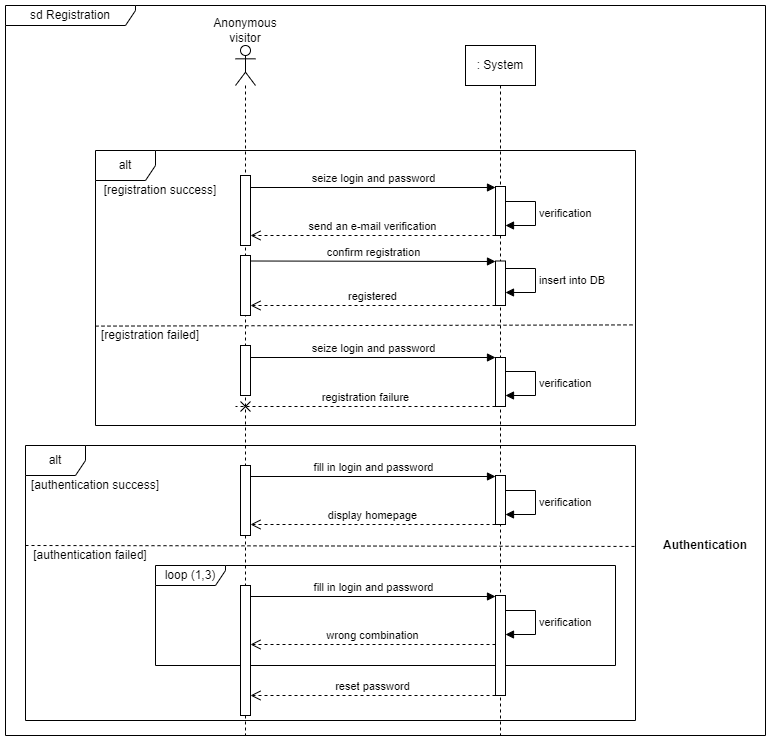
Above: UML_diagrams/Seq - registration.drawio.png in David-Renard/OC-projet5 (draw.io), before the change. Source tidied: cells renumbered, new cells last; positions are measured from the earlier drawing's top-left corner, leaving out a move shared by most shapes.
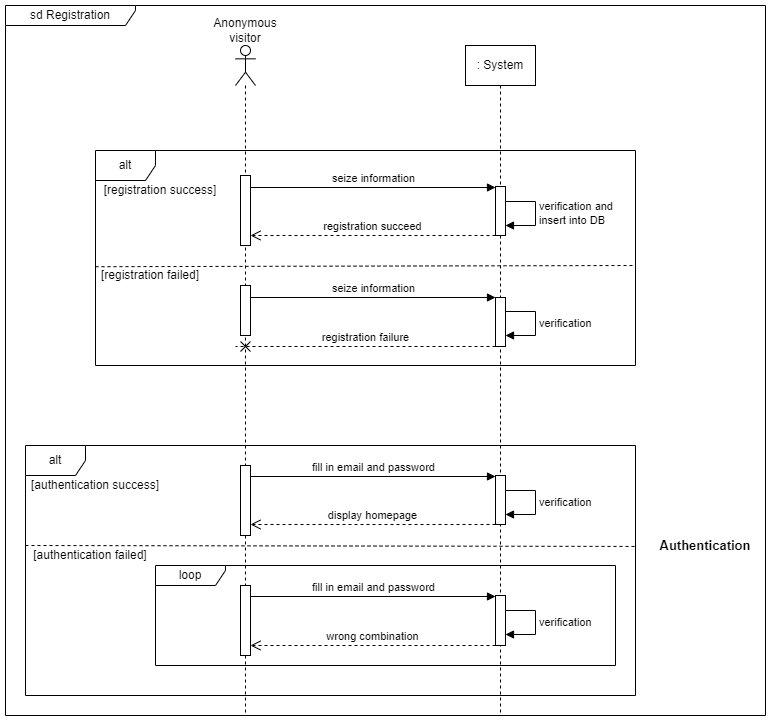
The same file after the commit.

The edit, as a diff of the source:
```diff
@@ -3,30 +3,30 @@
     <mxCell id="0" />
     <mxCell id="1" parent="0" />
     <mxCell id="2" value="sd Registration" style="shape=umlFrame;whiteSpace=wrap;html=1;width=130;height=20;" parent="1" vertex="1">
-      <mxGeometry width="760" height="730" as="geometry" />
+      <mxGeometry width="760" height="710" as="geometry" />
     </mxCell>
     <mxCell id="3" style="shape=umlLifeline;perimeter=lifelinePerimeter;whiteSpace=wrap;html=1;newEdgeStyle={&quot;edgeStyle&quot;:&quot;elbowEdgeStyle&quot;,&quot;elbow&quot;:&quot;vertical&quot;,&quot;curved&quot;:0,&quot;rounded&quot;:0};participant=umlActor;" parent="1" vertex="1">
-      <mxGeometry x="230" y="40" width="20" height="690" as="geometry" />
+      <mxGeometry x="230" y="40" width="20" height="670" as="geometry" />
     </mxCell>
     <mxCell id="4" style="html=1;points=[];perimeter=orthogonalPerimeter;outlineConnect=0;targetShapes=umlLifeline;portConstraint=eastwest;newEdgeStyle={&quot;edgeStyle&quot;:&quot;elbowEdgeStyle&quot;,&quot;elbow&quot;:&quot;vertical&quot;,&quot;curved&quot;:0,&quot;rounded&quot;:0};" parent="3" vertex="1">
       <mxGeometry x="5" y="130" width="10" height="70" as="geometry" />
     </mxCell>
     <mxCell id="5" style="html=1;points=[];perimeter=orthogonalPerimeter;outlineConnect=0;targetShapes=umlLifeline;portConstraint=eastwest;newEdgeStyle={&quot;edgeStyle&quot;:&quot;elbowEdgeStyle&quot;,&quot;elbow&quot;:&quot;vertical&quot;,&quot;curved&quot;:0,&quot;rounded&quot;:0};" parent="3" vertex="1">
-      <mxGeometry x="5" y="300" width="10" height="50" as="geometry" />
+      <mxGeometry x="5" y="240" width="10" height="50" as="geometry" />
     </mxCell>
-    <mxCell id="6" value="seize login and password" style="html=1;verticalAlign=bottom;endArrow=block;edgeStyle=elbowEdgeStyle;elbow=vertical;curved=0;rounded=0;" parent="3" edge="1" source="5">
+    <mxCell id="6" value="seize information" style="html=1;verticalAlign=bottom;endArrow=block;edgeStyle=elbowEdgeStyle;elbow=vertical;curved=0;rounded=0;" parent="3" edge="1" source="5">
       <mxGeometry relative="1" as="geometry">
-        <mxPoint x="260" y="312" as="targetPoint" />
+        <mxPoint x="260" y="252" as="targetPoint" />
       </mxGeometry>
     </mxCell>
     <mxCell id="7" value="verification" style="html=1;align=left;spacingLeft=2;endArrow=block;rounded=0;edgeStyle=orthogonalEdgeStyle;curved=0;rounded=0;" parent="3" edge="1">
       <mxGeometry relative="1" as="geometry">
-        <mxPoint x="270" y="326" as="sourcePoint" />
-        <mxPoint x="270" y="350" as="targetPoint" />
+        <mxPoint x="270" y="266" as="sourcePoint" />
+        <mxPoint x="270" y="290" as="targetPoint" />
         <Array as="points">
-          <mxPoint x="300" y="326" />
-          <mxPoint x="300" y="350" />
-          <mxPoint x="270" y="350" />
+          <mxPoint x="300" y="266" />
+          <mxPoint x="300" y="290" />
+          <mxPoint x="270" y="290" />
         </Array>
       </mxGeometry>
     </mxCell>
@@ -37,38 +37,38 @@
       <mxGeometry x="210" y="10" width="60" height="30" as="geometry" />
     </mxCell>
     <mxCell id="10" value=": System" style="shape=umlLifeline;perimeter=lifelinePerimeter;whiteSpace=wrap;html=1;newEdgeStyle={&quot;edgeStyle&quot;:&quot;elbowEdgeStyle&quot;,&quot;elbow&quot;:&quot;vertical&quot;,&quot;curved&quot;:0,&quot;rounded&quot;:0};size=40;" parent="1" vertex="1">
-      <mxGeometry x="460" y="40" width="70" height="690" as="geometry" />
+      <mxGeometry x="460" y="40" width="70" height="670" as="geometry" />
     </mxCell>
     <mxCell id="11" value="alt" style="shape=umlFrame;whiteSpace=wrap;html=1;" parent="1" vertex="1">
-      <mxGeometry x="90" y="145" width="540" height="275" as="geometry" />
+      <mxGeometry x="90" y="145" width="540" height="215" as="geometry" />
     </mxCell>
     <mxCell id="12" style="endArrow=none;dashed=1;html=1;rounded=0;exitX=0.002;exitY=0.537;exitDx=0;exitDy=0;exitPerimeter=0;entryX=1;entryY=0.533;entryDx=0;entryDy=0;entryPerimeter=0;" parent="1" edge="1">
       <mxGeometry relative="1" as="geometry">
-        <mxPoint x="90" y="320.6" as="sourcePoint" />
-        <mxPoint x="628.9" y="319.4" as="targetPoint" />
+        <mxPoint x="90" y="261.2" as="sourcePoint" />
+        <mxPoint x="628.9" y="260" as="targetPoint" />
       </mxGeometry>
     </mxCell>
     <mxCell id="13" value="[registration success]" style="text;html=1;strokeColor=none;fillColor=none;align=center;verticalAlign=middle;whiteSpace=wrap;rounded=0;" parent="1" vertex="1">
       <mxGeometry x="90" y="175" width="130" height="20" as="geometry" />
     </mxCell>
     <mxCell id="14" value="[registration failed]" style="text;html=1;strokeColor=none;fillColor=none;align=center;verticalAlign=middle;whiteSpace=wrap;rounded=0;" parent="1" vertex="1">
-      <mxGeometry x="90" y="320" width="110" height="20" as="geometry" />
+      <mxGeometry x="90" y="260" width="110" height="20" as="geometry" />
     </mxCell>
     <mxCell id="15" style="html=1;perimeter=orthogonalPerimeter;targetShapes=umlLifeline;newEdgeStyle={&quot;edgeStyle&quot;:&quot;elbowEdgeStyle&quot;,&quot;elbow&quot;:&quot;vertical&quot;,&quot;curved&quot;:0,&quot;rounded&quot;:0};" parent="1" vertex="1">
       <mxGeometry x="490" y="181" width="10" height="49" as="geometry" />
     </mxCell>
-    <mxCell id="16" value="seize login and password" style="html=1;verticalAlign=bottom;endArrow=block;edgeStyle=elbowEdgeStyle;elbow=vertical;curved=0;rounded=0;" parent="1" edge="1" source="4">
+    <mxCell id="16" value="seize information" style="html=1;verticalAlign=bottom;endArrow=block;edgeStyle=elbowEdgeStyle;elbow=vertical;curved=0;rounded=0;" parent="1" edge="1" source="4">
       <mxGeometry relative="1" as="geometry">
         <mxPoint x="490" y="182" as="targetPoint" />
       </mxGeometry>
     </mxCell>
-    <mxCell id="17" value="send an e-mail verification" style="html=1;verticalAlign=bottom;endArrow=open;dashed=1;endSize=8;edgeStyle=elbowEdgeStyle;elbow=vertical;curved=0;rounded=0;" parent="1" edge="1">
+    <mxCell id="17" value="registration succeed" style="html=1;verticalAlign=bottom;endArrow=open;dashed=1;endSize=8;edgeStyle=elbowEdgeStyle;elbow=vertical;curved=0;rounded=0;" parent="1" edge="1">
       <mxGeometry relative="1" as="geometry">
         <mxPoint x="490" y="230" as="sourcePoint" />
         <mxPoint x="245" y="230" as="targetPoint" />
       </mxGeometry>
     </mxCell>
-    <mxCell id="18" value="verification" style="html=1;align=left;spacingLeft=2;endArrow=block;rounded=0;edgeStyle=orthogonalEdgeStyle;curved=0;rounded=0;" parent="1" edge="1">
+    <mxCell id="18" value="verification and&lt;br&gt;insert into DB" style="html=1;align=left;spacingLeft=2;endArrow=block;rounded=0;edgeStyle=orthogonalEdgeStyle;curved=0;rounded=0;" parent="1" edge="1">
       <mxGeometry relative="1" as="geometry">
         <mxPoint x="500" y="196" as="sourcePoint" />
         <mxPoint x="500" y="220" as="targetPoint" />
@@ -79,46 +79,17 @@
         </Array>
       </mxGeometry>
     </mxCell>
-    <mxCell id="19" style="html=1;perimeter=orthogonalPerimeter;targetShapes=umlLifeline;newEdgeStyle={&quot;edgeStyle&quot;:&quot;elbowEdgeStyle&quot;,&quot;elbow&quot;:&quot;vertical&quot;,&quot;curved&quot;:0,&quot;rounded&quot;:0};" parent="1" vertex="1">
-      <mxGeometry x="235" y="250" width="10" height="60" as="geometry" />
-    </mxCell>
-    <mxCell id="20" style="html=1;perimeter=orthogonalPerimeter;targetShapes=umlLifeline;newEdgeStyle={&quot;edgeStyle&quot;:&quot;elbowEdgeStyle&quot;,&quot;elbow&quot;:&quot;vertical&quot;,&quot;curved&quot;:0,&quot;rounded&quot;:0};" parent="1" vertex="1">
-      <mxGeometry x="490" y="255.5" width="10" height="44.5" as="geometry" />
-    </mxCell>
-    <mxCell id="21" value="confirm registration" style="html=1;verticalAlign=bottom;endArrow=block;edgeStyle=elbowEdgeStyle;elbow=vertical;curved=0;rounded=0;" parent="1" edge="1">
-      <mxGeometry relative="1" as="geometry">
-        <mxPoint x="245" y="255.5" as="sourcePoint" />
-        <mxPoint x="490" y="255.5" as="targetPoint" />
-      </mxGeometry>
-    </mxCell>
-    <mxCell id="22" value="registered" style="html=1;verticalAlign=bottom;endArrow=open;dashed=1;endSize=8;edgeStyle=elbowEdgeStyle;elbow=vertical;curved=0;rounded=0;" parent="1" edge="1">
-      <mxGeometry relative="1" as="geometry">
-        <mxPoint x="490" y="300" as="sourcePoint" />
-        <mxPoint x="245" y="300" as="targetPoint" />
-      </mxGeometry>
-    </mxCell>
-    <mxCell id="23" value="insert into DB" style="html=1;align=left;spacingLeft=2;endArrow=block;rounded=0;edgeStyle=orthogonalEdgeStyle;curved=0;rounded=0;" parent="1" edge="1">
-      <mxGeometry relative="1" as="geometry">
-        <mxPoint x="500" y="263" as="sourcePoint" />
-        <mxPoint x="500" y="287" as="targetPoint" />
-        <Array as="points">
-          <mxPoint x="530" y="263" />
-          <mxPoint x="530" y="287" />
-          <mxPoint x="500" y="287" />
-        </Array>
-      </mxGeometry>
-    </mxCell>
     <mxCell id="24" style="html=1;perimeter=orthogonalPerimeter;targetShapes=umlLifeline;newEdgeStyle={&quot;edgeStyle&quot;:&quot;elbowEdgeStyle&quot;,&quot;elbow&quot;:&quot;vertical&quot;,&quot;curved&quot;:0,&quot;rounded&quot;:0};" parent="1" vertex="1">
-      <mxGeometry x="490" y="352" width="10" height="49" as="geometry" />
+      <mxGeometry x="490" y="292" width="10" height="49" as="geometry" />
     </mxCell>
     <mxCell id="25" value="registration failure" style="html=1;verticalAlign=bottom;endArrow=cross;dashed=1;endSize=8;edgeStyle=elbowEdgeStyle;elbow=vertical;curved=0;rounded=0;endFill=0;" parent="1" edge="1">
       <mxGeometry relative="1" as="geometry">
-        <mxPoint x="490" y="401" as="sourcePoint" />
-        <mxPoint x="230" y="401" as="targetPoint" />
+        <mxPoint x="490" y="341" as="sourcePoint" />
+        <mxPoint x="230" y="341" as="targetPoint" />
       </mxGeometry>
     </mxCell>
     <mxCell id="26" value="alt" style="shape=umlFrame;whiteSpace=wrap;html=1;" parent="1" vertex="1">
-      <mxGeometry x="20" y="440" width="610" height="275" as="geometry" />
+      <mxGeometry x="20" y="440" width="610" height="250" as="geometry" />
     </mxCell>
     <mxCell id="27" style="endArrow=none;dashed=1;html=1;rounded=0;entryX=1;entryY=0.533;entryDx=0;entryDy=0;entryPerimeter=0;exitX=0;exitY=0.542;exitDx=0;exitDy=0;exitPerimeter=0;" parent="1" edge="1">
       <mxGeometry relative="1" as="geometry">
@@ -132,13 +103,13 @@
     <mxCell id="29" value="[authentication success]" style="text;html=1;strokeColor=none;fillColor=none;align=center;verticalAlign=middle;whiteSpace=wrap;rounded=0;" parent="1" vertex="1">
       <mxGeometry x="20" y="470" width="140" height="20" as="geometry" />
     </mxCell>
-    <mxCell id="30" value="loop (1,3)" style="shape=umlFrame;whiteSpace=wrap;html=1;width=70;height=20;" parent="1" vertex="1">
+    <mxCell id="30" value="loop" style="shape=umlFrame;whiteSpace=wrap;html=1;width=70;height=20;" parent="1" vertex="1">
       <mxGeometry x="150" y="560" width="460" height="100" as="geometry" />
     </mxCell>
     <mxCell id="31" style="html=1;perimeter=orthogonalPerimeter;targetShapes=umlLifeline;newEdgeStyle={&quot;edgeStyle&quot;:&quot;elbowEdgeStyle&quot;,&quot;elbow&quot;:&quot;vertical&quot;,&quot;curved&quot;:0,&quot;rounded&quot;:0};" parent="1" vertex="1">
       <mxGeometry x="490" y="470" width="10" height="49" as="geometry" />
     </mxCell>
-    <mxCell id="32" value="fill in login and password" style="html=1;verticalAlign=bottom;endArrow=block;edgeStyle=elbowEdgeStyle;elbow=vertical;curved=0;rounded=0;" parent="1" edge="1">
+    <mxCell id="32" value="fill in email and password" style="html=1;verticalAlign=bottom;endArrow=block;edgeStyle=elbowEdgeStyle;elbow=vertical;curved=0;rounded=0;" parent="1" edge="1">
       <mxGeometry relative="1" as="geometry">
         <mxPoint x="245" y="471" as="sourcePoint" />
         <mxPoint x="490" y="471" as="targetPoint" />
@@ -162,20 +133,21 @@
       </mxGeometry>
     </mxCell>
     <mxCell id="35" style="html=1;points=[];perimeter=orthogonalPerimeter;outlineConnect=0;targetShapes=umlLifeline;portConstraint=eastwest;newEdgeStyle={&quot;edgeStyle&quot;:&quot;elbowEdgeStyle&quot;,&quot;elbow&quot;:&quot;vertical&quot;,&quot;curved&quot;:0,&quot;rounded&quot;:0};" parent="1" vertex="1">
-      <mxGeometry x="235" y="580" width="10" height="130" as="geometry" />
+      <mxGeometry x="235" y="580" width="10" height="70" as="geometry" />
     </mxCell>
     <mxCell id="36" style="html=1;perimeter=orthogonalPerimeter;targetShapes=umlLifeline;newEdgeStyle={&quot;edgeStyle&quot;:&quot;elbowEdgeStyle&quot;,&quot;elbow&quot;:&quot;vertical&quot;,&quot;curved&quot;:0,&quot;rounded&quot;:0};" parent="1" vertex="1">
-      <mxGeometry x="490" y="590" width="10" height="100" as="geometry" />
+      <mxGeometry x="490" y="590" width="10" height="50" as="geometry" />
     </mxCell>
-    <mxCell id="37" value="fill in login and password" style="html=1;verticalAlign=bottom;endArrow=block;edgeStyle=elbowEdgeStyle;elbow=vertical;curved=0;rounded=0;" parent="1" edge="1">
+    <mxCell id="37" value="fill in email and password" style="html=1;verticalAlign=bottom;endArrow=block;edgeStyle=elbowEdgeStyle;elbow=vertical;curved=0;rounded=0;" parent="1" edge="1">
       <mxGeometry relative="1" as="geometry">
         <mxPoint x="245" y="591" as="sourcePoint" />
         <mxPoint x="490" y="591" as="targetPoint" />
       </mxGeometry>
     </mxCell>
-    <mxCell id="38" value="wrong combination" style="html=1;verticalAlign=bottom;endArrow=open;dashed=1;endSize=8;edgeStyle=elbowEdgeStyle;elbow=vertical;curved=0;rounded=0;endFill=0;" parent="1" edge="1" target="35">
+    <mxCell id="38" value="wrong combination" style="html=1;verticalAlign=bottom;endArrow=open;dashed=1;endSize=8;edgeStyle=elbowEdgeStyle;elbow=vertical;curved=0;rounded=0;endFill=0;" parent="1" edge="1">
       <mxGeometry relative="1" as="geometry">
-        <mxPoint x="490" y="639" as="sourcePoint" />
+        <mxPoint x="490" y="640" as="sourcePoint" />
+        <mxPoint x="245" y="640" as="targetPoint" />
       </mxGeometry>
     </mxCell>
     <mxCell id="39" value="verification" style="html=1;align=left;spacingLeft=2;endArrow=block;rounded=0;edgeStyle=orthogonalEdgeStyle;curved=0;rounded=0;" parent="1" edge="1">
@@ -189,13 +161,7 @@
         </Array>
       </mxGeometry>
     </mxCell>
-    <mxCell id="40" value="reset password" style="html=1;verticalAlign=bottom;endArrow=open;dashed=1;endSize=8;edgeStyle=elbowEdgeStyle;elbow=vertical;curved=0;rounded=0;endFill=0;" parent="1" edge="1">
-      <mxGeometry relative="1" as="geometry">
-        <mxPoint x="490" y="690" as="sourcePoint" />
-        <mxPoint x="245" y="690" as="targetPoint" />
-      </mxGeometry>
-    </mxCell>
-    <mxCell id="41" value="&lt;b&gt;Authentication&lt;/b&gt;" style="text;html=1;strokeColor=none;fillColor=none;align=center;verticalAlign=middle;whiteSpace=wrap;rounded=0;" parent="1" vertex="1">
+    <mxCell id="41" value="&lt;span style=&quot;font-size: 13px;&quot;&gt;Authentication&lt;/span&gt;" style="text;html=1;strokeColor=none;fillColor=none;align=center;verticalAlign=middle;whiteSpace=wrap;rounded=0;fontStyle=1;fontSize=13;" parent="1" vertex="1">
       <mxGeometry x="650" y="510" width="100" height="60" as="geometry" />
     </mxCell>
   </root>
```
